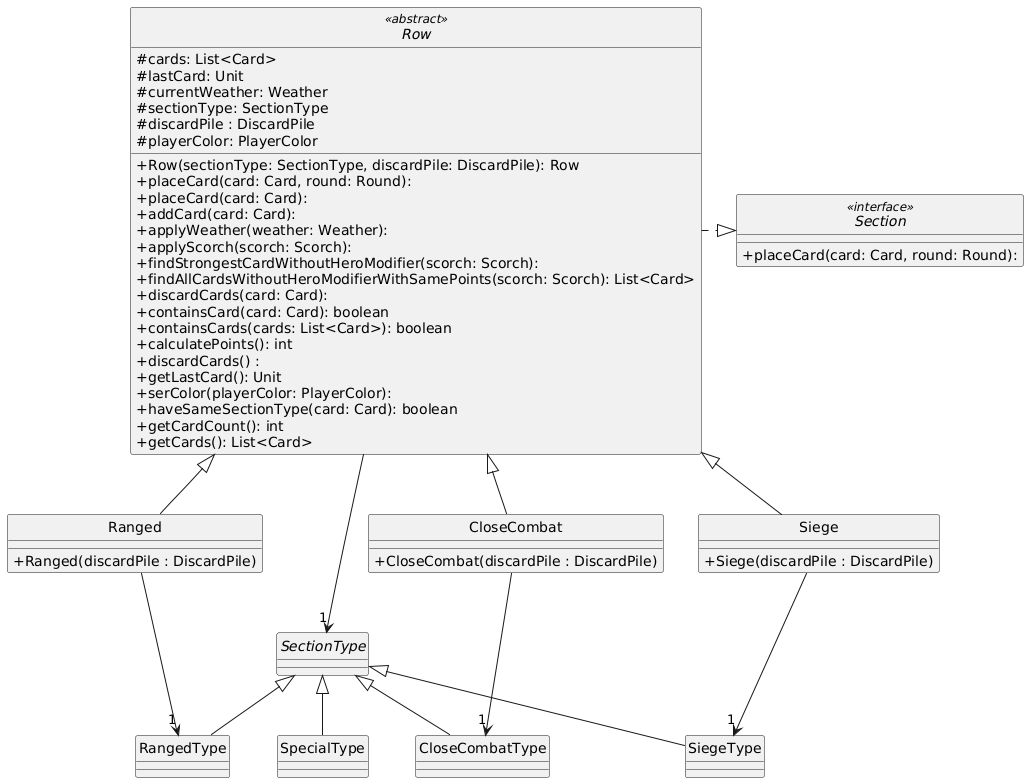
This is diagrams/classes/row.png from Yonhir/algo3_proyecto_base_tp2, a PlantUML export, as it was before one commit.
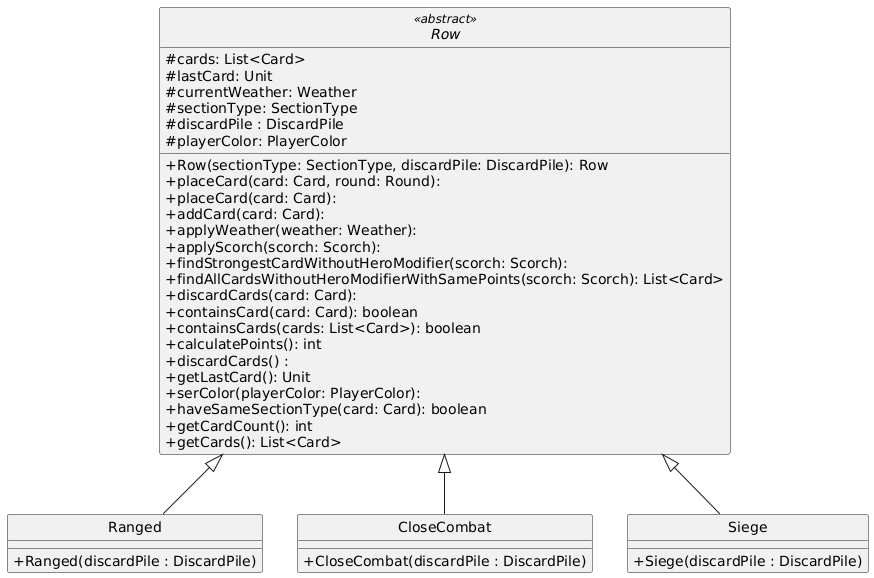
After the change.

Commit message:
diagrama clases de sectionType y arreglo en el de row y sectios

The edit, as a diff of the source:
```diff
@@ -2,6 +2,7 @@
 skinparam monochrome true
 hide circle
 skinparam classAttributeIconSize 0
+
 
 
 abstract class Row <<abstract>> {
@@ -30,7 +31,6 @@
   +getCardCount(): int
   +getCards(): List<Card>
 }
-
 class Ranged {
   +Ranged(discardPile : DiscardPile)
 }
@@ -43,28 +43,8 @@
   +Siege(discardPile : DiscardPile)
 }
 
-interface Section <<interface>> {
-  +placeCard(card: Card, round: Round):
-}
 
-abstract class SectionType
-class CloseCombatType
-class RangedType
-class SiegeType
-class SpecialType
-SectionType <|-- SpecialType
-SectionType <|-- CloseCombatType
-SectionType <|-- RangedType
-SectionType <|-- SiegeType
-
-
-Row .right.|> Section
 Row <|-- Ranged
 Row <|-- CloseCombat
 Row <|-- Siege
-Row --> "1" SectionType
-
-Ranged ---> "1" RangedType
-CloseCombat ---> "1" CloseCombatType
-Siege ---> "1" SiegeType
 @enduml
```
